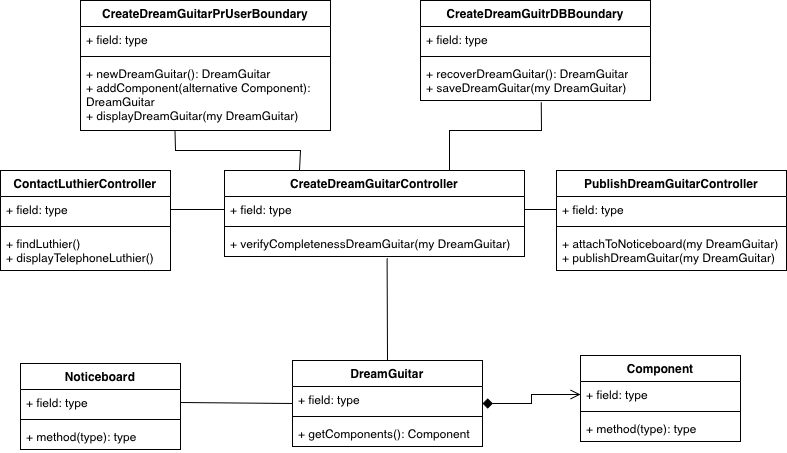
Earlier version of the draw.io export BCET.drawio.png (TizianoLilli/ISPW-Project). Source tidied: cells renumbered, new cells last; positions are measured from the earlier drawing's top-left corner, leaving out a move shared by most shapes.
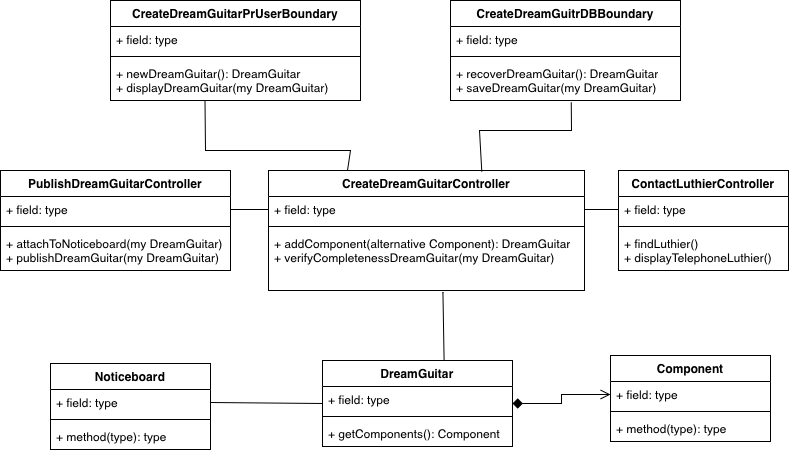
The same file after the commit.

The edit, as a diff of the source:
```diff
@@ -27,7 +27,7 @@
       <mxGeometry y="60" width="160" height="26" as="geometry" />
     </mxCell>
     <mxCell id="10" value="CreateDreamGuitarPrUserBoundary" style="swimlane;fontStyle=1;align=center;verticalAlign=top;horizontal=1;startSize=26;whiteSpace=wrap;html=1;" parent="1" vertex="1">
-      <mxGeometry x="80" width="250" height="130" as="geometry" />
+      <mxGeometry x="80" width="250" height="100" as="geometry" />
     </mxCell>
     <mxCell id="11" value="+ field: type" style="text;strokeColor=none;fillColor=none;align=left;verticalAlign=top;spacingLeft=4;spacingRight=4;overflow=hidden;whiteSpace=wrap;html=1;" parent="10" vertex="1">
       <mxGeometry y="26" width="250" height="26" as="geometry" />
@@ -35,8 +35,8 @@
     <mxCell id="12" style="line;strokeWidth=1;fillColor=none;align=left;verticalAlign=middle;spacingTop=-1;spacingLeft=3;spacingRight=3;labelPosition=right;strokeColor=inherit;" parent="10" vertex="1">
       <mxGeometry y="52" width="250" height="8" as="geometry" />
     </mxCell>
-    <mxCell id="13" value="+ newDreamGuitar(): DreamGuitar&lt;div&gt;+ addComponent(alternative Component): DreamGuitar&lt;/div&gt;&lt;div&gt;+ displayDreamGuitar(my DreamGuitar)&amp;nbsp;&lt;/div&gt;" style="text;strokeColor=none;fillColor=none;align=left;verticalAlign=top;spacingLeft=4;spacingRight=4;overflow=hidden;points=[[0,0.5],[1,0.5]];portConstraint=eastwest;whiteSpace=wrap;html=1;" parent="10" vertex="1">
-      <mxGeometry y="60" width="250" height="70" as="geometry" />
+    <mxCell id="13" value="+ newDreamGuitar(): DreamGuitar&lt;div&gt;+ displayDreamGuitar(my DreamGuitar)&amp;nbsp;&lt;/div&gt;" style="text;strokeColor=none;fillColor=none;align=left;verticalAlign=top;spacingLeft=4;spacingRight=4;overflow=hidden;points=[[0,0.5],[1,0.5]];portConstraint=eastwest;whiteSpace=wrap;html=1;" parent="10" vertex="1">
+      <mxGeometry y="60" width="250" height="40" as="geometry" />
     </mxCell>
     <mxCell id="14" value="CreateDreamGuitrDBBoundary" style="swimlane;fontStyle=1;align=center;verticalAlign=top;horizontal=1;startSize=26;whiteSpace=wrap;html=1;" parent="1" vertex="1">
       <mxGeometry x="420" width="230" height="100" as="geometry" />
@@ -51,7 +51,7 @@
       <mxGeometry y="60" width="230" height="40" as="geometry" />
     </mxCell>
     <mxCell id="18" value="ContactLuthierController" style="swimlane;fontStyle=1;align=center;verticalAlign=top;horizontal=1;startSize=26;whiteSpace=wrap;html=1;" parent="1" vertex="1">
-      <mxGeometry y="170" width="170" height="100" as="geometry" />
+      <mxGeometry x="588" y="170" width="170" height="100" as="geometry" />
     </mxCell>
     <mxCell id="19" value="+ field: type" style="text;strokeColor=none;fillColor=none;align=left;verticalAlign=top;spacingLeft=4;spacingRight=4;overflow=hidden;points=[[0,0.5],[1,0.5]];portConstraint=eastwest;whiteSpace=wrap;html=1;" parent="18" vertex="1">
       <mxGeometry y="26" width="170" height="26" as="geometry" />
@@ -63,7 +63,7 @@
       <mxGeometry y="60" width="170" height="40" as="geometry" />
     </mxCell>
     <mxCell id="22" value="PublishDreamGuitarController" style="swimlane;fontStyle=1;align=center;verticalAlign=top;horizontal=1;startSize=26;whiteSpace=wrap;html=1;" parent="1" vertex="1">
-      <mxGeometry x="556" y="170" width="230" height="100" as="geometry" />
+      <mxGeometry x="-30" y="170" width="230" height="100" as="geometry" />
     </mxCell>
     <mxCell id="23" value="+ field: type" style="text;strokeColor=none;fillColor=none;align=left;verticalAlign=top;spacingLeft=4;spacingRight=4;overflow=hidden;points=[[0,0.5],[1,0.5]];portConstraint=eastwest;whiteSpace=wrap;html=1;" parent="22" vertex="1">
       <mxGeometry y="26" width="230" height="26" as="geometry" />
@@ -75,16 +75,16 @@
       <mxGeometry y="60" width="230" height="40" as="geometry" />
     </mxCell>
     <mxCell id="26" value="CreateDreamGuitarController" style="swimlane;fontStyle=1;align=center;verticalAlign=top;horizontal=1;startSize=26;whiteSpace=wrap;html=1;" parent="1" vertex="1">
-      <mxGeometry x="224" y="170" width="300" height="86" as="geometry" />
+      <mxGeometry x="238" y="170" width="316" height="120" as="geometry" />
     </mxCell>
     <mxCell id="27" value="+ field: type" style="text;strokeColor=none;fillColor=none;align=left;verticalAlign=top;spacingLeft=4;spacingRight=4;overflow=hidden;points=[[0,0.5],[1,0.5]];portConstraint=eastwest;whiteSpace=wrap;html=1;" parent="26" vertex="1">
-      <mxGeometry y="26" width="300" height="26" as="geometry" />
+      <mxGeometry y="26" width="316" height="26" as="geometry" />
     </mxCell>
     <mxCell id="28" style="line;strokeWidth=1;fillColor=none;align=left;verticalAlign=middle;spacingTop=-1;spacingLeft=3;spacingRight=3;labelPosition=right;strokeColor=inherit;" parent="26" vertex="1">
-      <mxGeometry y="52" width="300" height="8" as="geometry" />
+      <mxGeometry y="52" width="316" height="8" as="geometry" />
     </mxCell>
-    <mxCell id="29" value="+ verifyCompletenessDreamGuitar(my DreamGuitar)" style="text;strokeColor=none;fillColor=none;align=left;verticalAlign=top;spacingLeft=4;spacingRight=4;overflow=hidden;points=[[0,0.5],[1,0.5]];portConstraint=eastwest;whiteSpace=wrap;html=1;" parent="26" vertex="1">
-      <mxGeometry y="60" width="300" height="26" as="geometry" />
+    <mxCell id="29" value="&lt;div&gt;+ addComponent(alternative Component): DreamGuitar&lt;br&gt;&lt;/div&gt;+ verifyCompletenessDreamGuitar(my DreamGuitar)" style="text;strokeColor=none;fillColor=none;align=left;verticalAlign=top;spacingLeft=4;spacingRight=4;overflow=hidden;points=[[0,0.5],[1,0.5]];portConstraint=eastwest;whiteSpace=wrap;html=1;" parent="26" vertex="1">
+      <mxGeometry y="60" width="316" height="60" as="geometry" />
     </mxCell>
     <mxCell id="30" value="Component" style="swimlane;fontStyle=1;align=center;verticalAlign=top;horizontal=1;startSize=26;whiteSpace=wrap;html=1;" parent="1" vertex="1">
       <mxGeometry x="580" y="355" width="160" height="86" as="geometry" />
@@ -104,16 +104,13 @@
     <mxCell id="35" style="endArrow=none;html=1;rounded=0;fontSize=12;startSize=8;endSize=8;curved=1;exitX=1;exitY=0.5;exitDx=0;exitDy=0;entryX=0;entryY=0.5;entryDx=0;entryDy=0;" parent="1" edge="1" source="7" target="2">
       <mxGeometry relative="1" as="geometry" />
     </mxCell>
-    <mxCell id="36" style="endArrow=none;html=1;rounded=0;fontSize=12;startSize=8;endSize=8;curved=1;exitX=1;exitY=0.5;exitDx=0;exitDy=0;entryX=0;entryY=0.5;entryDx=0;entryDy=0;" parent="1" edge="1" source="19" target="27">
+    <mxCell id="36" style="endArrow=none;html=1;rounded=0;fontSize=12;startSize=8;endSize=8;curved=1;exitX=0;exitY=0.5;exitDx=0;exitDy=0;entryX=1;entryY=0.5;entryDx=0;entryDy=0;" parent="1" edge="1" source="19" target="27">
       <mxGeometry relative="1" as="geometry" />
     </mxCell>
-    <mxCell id="37" style="endArrow=none;html=1;rounded=0;fontSize=12;startSize=8;endSize=8;curved=1;exitX=1;exitY=0.5;exitDx=0;exitDy=0;entryX=0;entryY=0.5;entryDx=0;entryDy=0;" parent="1" edge="1" source="27" target="23">
-      <mxGeometry relative="1" as="geometry" />
-    </mxCell>
-    <mxCell id="38" style="endArrow=none;html=1;rounded=0;fontSize=12;startSize=8;endSize=8;curved=1;entryX=0.5;entryY=0;entryDx=0;entryDy=0;exitX=0.542;exitY=1.078;exitDx=0;exitDy=0;exitPerimeter=0;" parent="1" edge="1" source="29" target="2">
+    <mxCell id="38" style="endArrow=none;html=1;rounded=0;fontSize=12;startSize=8;endSize=8;curved=1;entryX=0.64;entryY=-0.002;entryDx=0;entryDy=0;exitX=0.552;exitY=1.029;exitDx=0;exitDy=0;exitPerimeter=0;entryPerimeter=0;" parent="1" edge="1" source="29" target="2">
       <mxGeometry relative="1" as="geometry" />
     </mxCell>
-    <mxCell id="39" style="endArrow=none;html=1;rounded=0;fontSize=12;startSize=8;endSize=8;curved=0;entryX=0.525;entryY=1.043;entryDx=0;entryDy=0;entryPerimeter=0;exitX=0.75;exitY=0;exitDx=0;exitDy=0;" parent="1" edge="1" source="26" target="17">
+    <mxCell id="39" style="endArrow=none;html=1;rounded=0;fontSize=12;startSize=8;endSize=8;curved=0;entryX=0.525;entryY=1.043;entryDx=0;entryDy=0;entryPerimeter=0;exitX=0.675;exitY=0.01;exitDx=0;exitDy=0;exitPerimeter=0;" parent="1" edge="1" source="26" target="17">
       <mxGeometry relative="1" as="geometry">
         <Array as="points">
           <mxPoint x="449" y="130" />
@@ -124,10 +121,13 @@
     <mxCell id="40" style="endArrow=none;html=1;rounded=0;fontSize=12;startSize=8;endSize=8;curved=0;entryX=0.378;entryY=1.008;entryDx=0;entryDy=0;entryPerimeter=0;exitX=0.25;exitY=0;exitDx=0;exitDy=0;" parent="1" edge="1" source="26" target="13">
       <mxGeometry relative="1" as="geometry">
         <Array as="points">
-          <mxPoint x="300" y="150" />
+          <mxPoint x="320" y="150" />
           <mxPoint x="175" y="150" />
         </Array>
       </mxGeometry>
     </mxCell>
+    <mxCell id="41" style="edgeStyle=none;curved=1;rounded=0;jettySize=auto;html=1;exitX=1;exitY=0.5;exitDx=0;exitDy=0;entryX=0;entryY=0.5;entryDx=0;entryDy=0;fontSize=12;startSize=8;endSize=8;endArrow=none;endFill=0;" parent="1" edge="1" source="23" target="27">
+      <mxGeometry relative="1" as="geometry" />
+    </mxCell>
   </root>
 </mxGraphModel>
```
